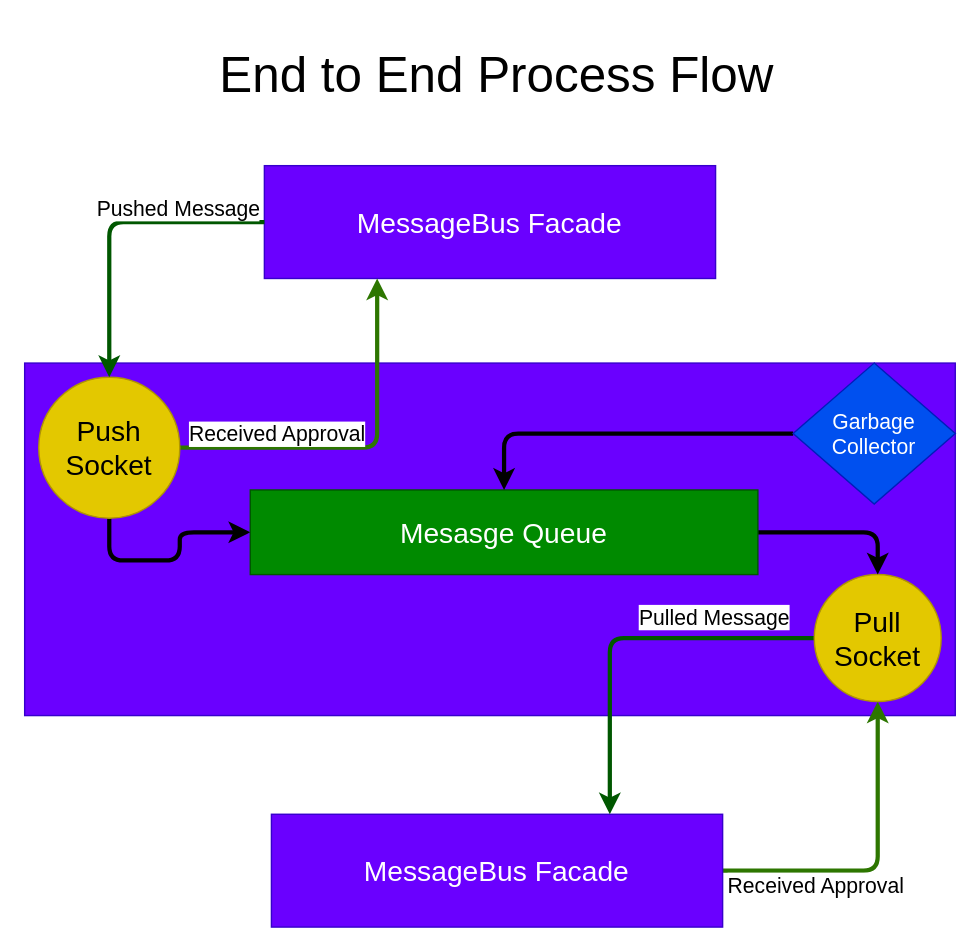
Before: Documents/Drawio Diagrams/EndToEndProcess.drawio in NGDeveloper125/MessageBus, a draw.io diagram. Source tidied: cells renumbered, new cells numbered last; positions are measured from the earlier drawing's top-left corner, leaving out a move shared by most shapes. Both pictures are drawn from the tidied source at 141%, with x=0, y=0 at pixel (24, 24).
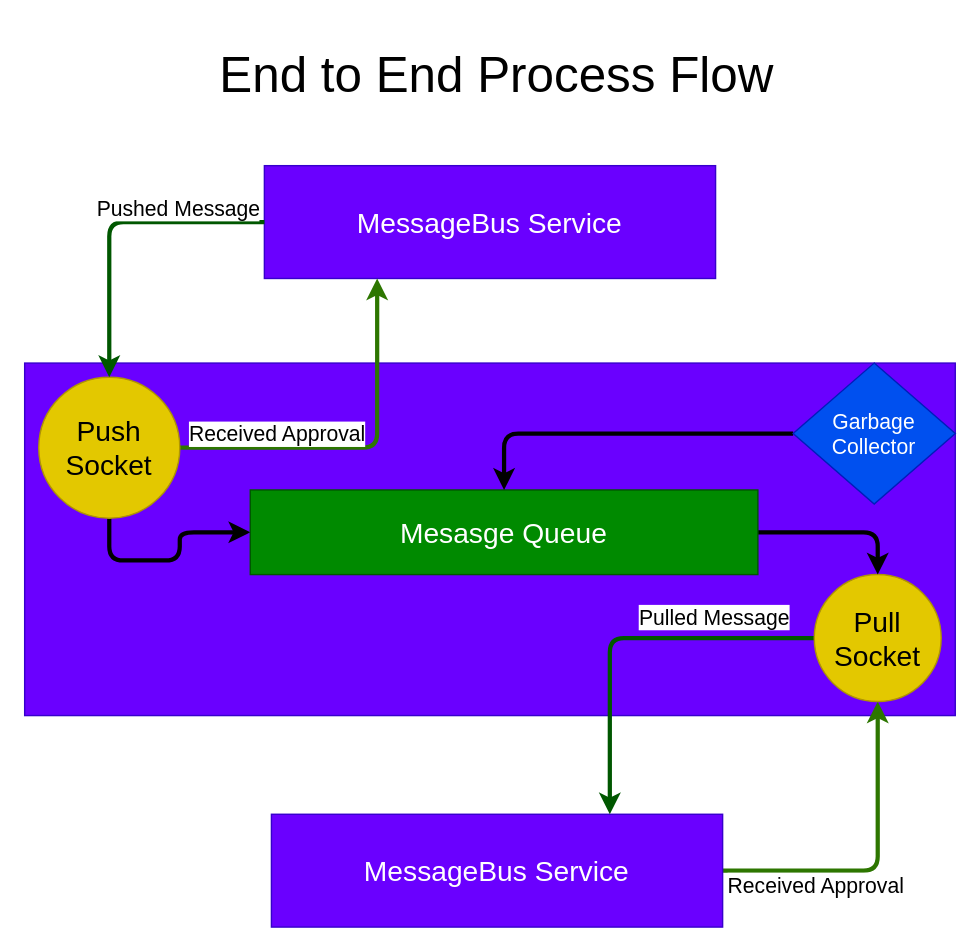
Above is the later version.

Change to the diagram source:
```diff
@@
-    <mxCell id="3" value="MessageBus Facade" style="rounded=0;whiteSpace=wrap;html=1;fontSize=20;fillColor=#6a00ff;fontColor=#ffffff;strokeColor=#3700CC;" parent="1" vertex="1">
+    <mxCell id="3" value="MessageBus Service" style="rounded=0;whiteSpace=wrap;html=1;fontSize=20;fillColor=#6a00ff;fontColor=#ffffff;strokeColor=#3700CC;" parent="1" vertex="1">
       <mxGeometry x="170" y="100" width="320" height="80" as="geometry" />
     </mxCell>
@@
-    <mxCell id="6" value="MessageBus Facade" style="rounded=0;whiteSpace=wrap;html=1;fontSize=20;fillColor=#6a00ff;fontColor=#ffffff;strokeColor=#3700CC;" parent="1" vertex="1">
+    <mxCell id="6" value="MessageBus Service" style="rounded=0;whiteSpace=wrap;html=1;fontSize=20;fillColor=#6a00ff;fontColor=#ffffff;strokeColor=#3700CC;" parent="1" vertex="1">
       <mxGeometry x="175" y="560" width="320" height="80" as="geometry" />
     </mxCell>
```
